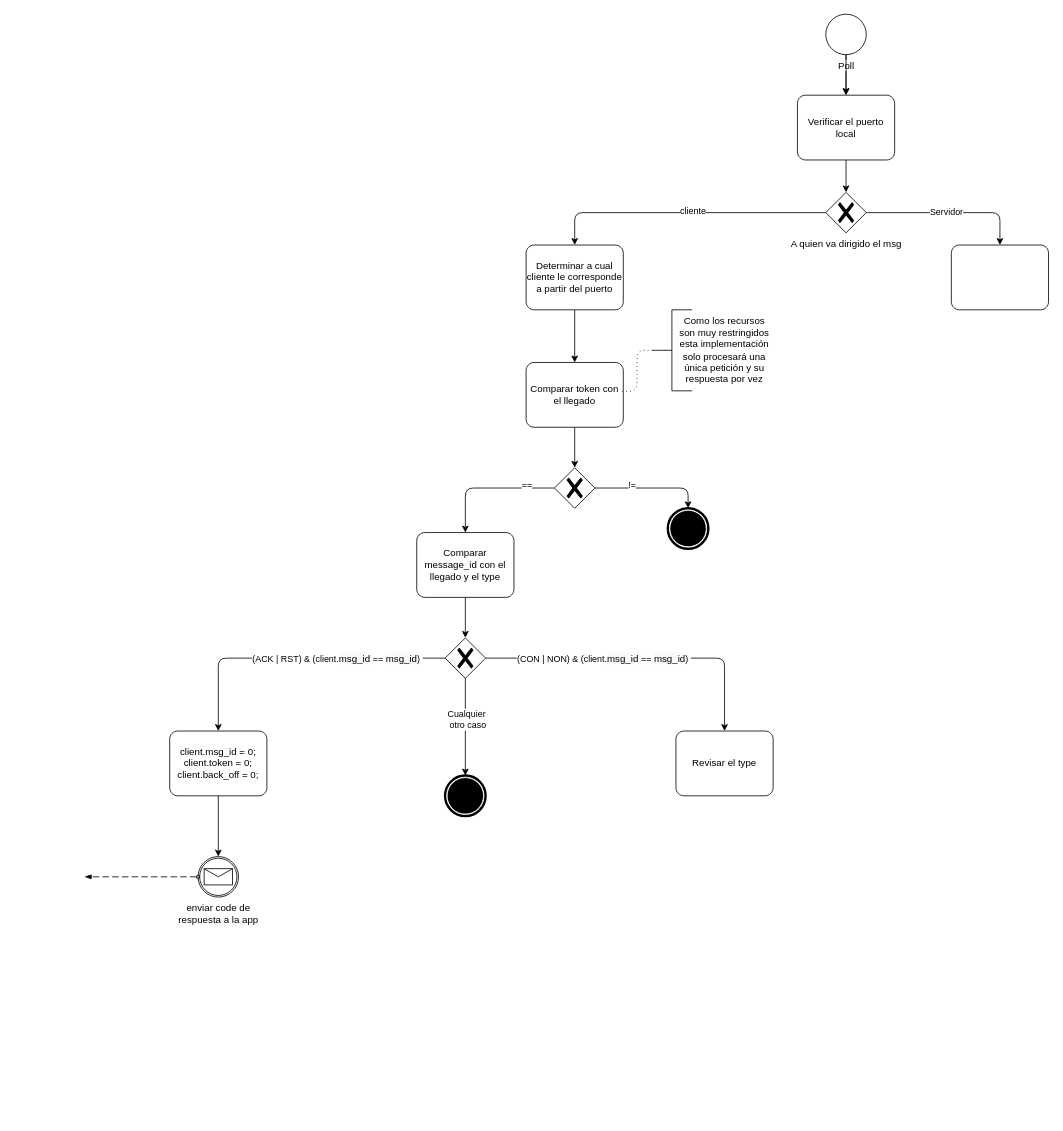
The draw.io diagram apps/coap/docs/bpm_diagrams.drawio in aidoocu/idos, before the edit. Source tidied: cells renumbered, new cells numbered last; positions are measured from the earlier drawing's top-left corner, leaving out a move shared by most shapes. Both pictures are drawn from the tidied source at 81%, with x=0, y=0 at pixel (84, 14).
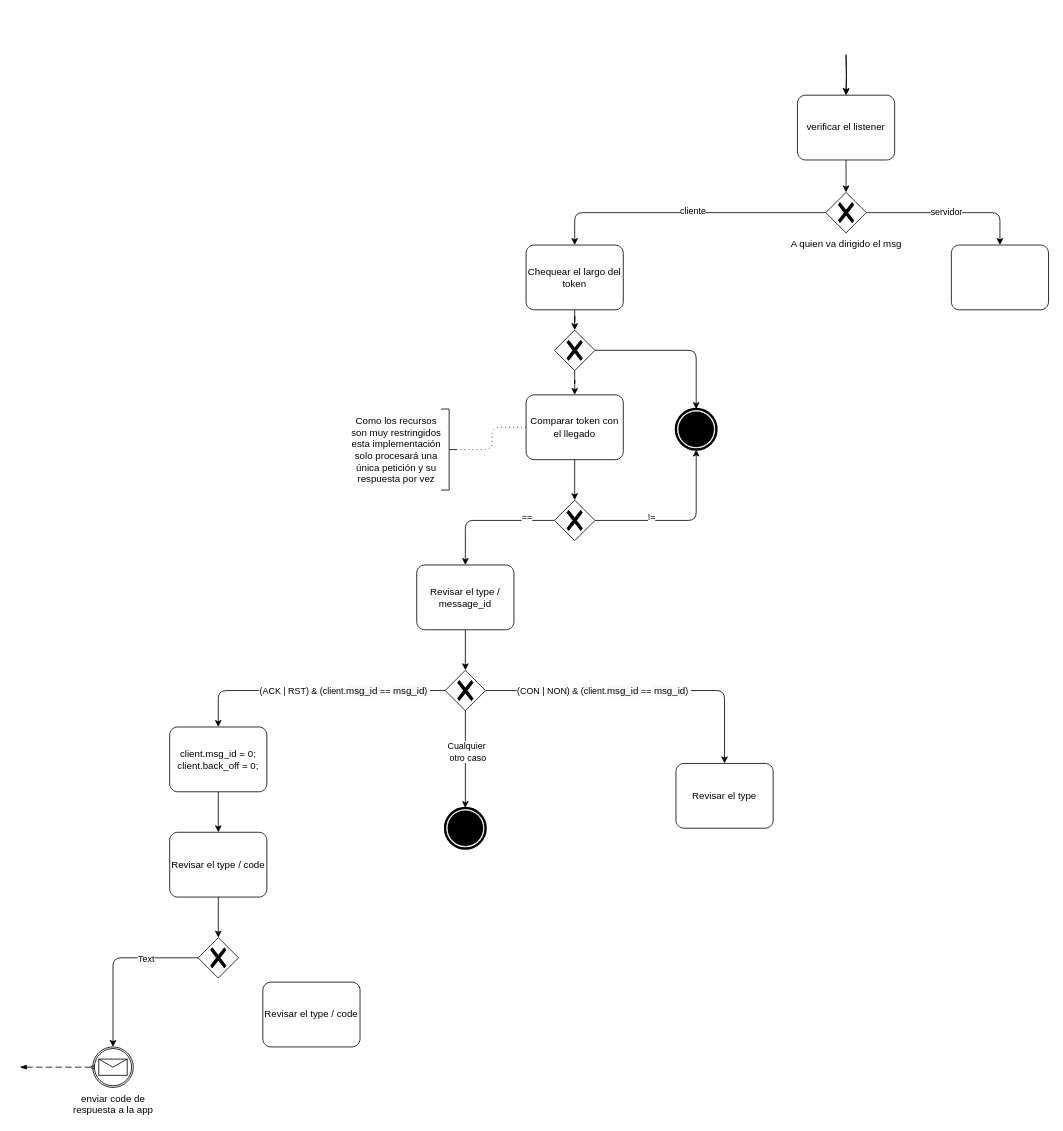
Above is the later version.

The change refers to these unchanged cells:
```xml
<mxCell id="9" style="edgeStyle=orthogonalEdgeStyle;jettySize=auto;html=1;rounded=1;" parent="1" edge="1" source="11" target="14">
  <mxGeometry relative="1" as="geometry" />
</mxCell>
```

Change to the diagram source:
```diff
@@
     <mxCell id="3" value="Comparar token con el llegado" style="points=[[0.25,0,0],[0.5,0,0],[0.75,0,0],[1,0.25,0],[1,0.5,0],[1,0.75,0],[0.75,1,0],[0.5,1,0],[0.25,1,0],[0,0.75,0],[0,0.5,0],[0,0.25,0]];shape=mxgraph.bpmn.task;whiteSpace=wrap;rectStyle=rounded;size=10;taskMarker=abstract;" parent="1" vertex="1">
-      <mxGeometry x="545" y="430" width="120" height="80" as="geometry" />
+      <mxGeometry x="545" y="470" width="120" height="80" as="geometry" />
     </mxCell>
-    <mxCell id="4" style="edgeStyle=orthogonalEdgeStyle;rounded=0;jettySize=auto;html=1;" parent="1" edge="1" source="5" target="7">
-      <mxGeometry relative="1" as="geometry" />
+    <mxCell id="4" style="edgeStyle=orthogonalEdgeStyle;rounded=0;jettySize=auto;html=1;" parent="1" edge="1" target="7">
+      <mxGeometry relative="1" as="geometry">
+        <mxPoint x="940" y="50" as="sourcePoint" />
+      </mxGeometry>
     </mxCell>
-    <mxCell id="5" value="Poll" style="points=[[0.145,0.145,0],[0.5,0,0],[0.855,0.145,0],[1,0.5,0],[0.855,0.855,0],[0.5,1,0],[0.145,0.855,0],[0,0.5,0]];shape=mxgraph.bpmn.event;html=1;verticalLabelPosition=bottom;labelBackgroundColor=#ffffff;verticalAlign=top;align=center;perimeter=ellipsePerimeter;outlineConnect=0;outline=standard;symbol=general;" parent="1" vertex="1">
-      <mxGeometry x="915" width="50" height="50" as="geometry" />
-    </mxCell>
@@
-    <mxCell id="7" value="Verificar el puerto local" style="points=[[0.25,0,0],[0.5,0,0],[0.75,0,0],[1,0.25,0],[1,0.5,0],[1,0.75,0],[0.75,1,0],[0.5,1,0],[0.25,1,0],[0,0.75,0],[0,0.5,0],[0,0.25,0]];shape=mxgraph.bpmn.task;whiteSpace=wrap;rectStyle=rounded;size=10;taskMarker=abstract;" parent="1" vertex="1">
+    <mxCell id="7" value="verificar el listener" style="points=[[0.25,0,0],[0.5,0,0],[0.75,0,0],[1,0.25,0],[1,0.5,0],[1,0.75,0],[0.75,1,0],[0.5,1,0],[0.25,1,0],[0,0.75,0],[0,0.5,0],[0,0.25,0]];shape=mxgraph.bpmn.task;whiteSpace=wrap;rectStyle=rounded;size=10;taskMarker=abstract;" parent="1" vertex="1">
       <mxGeometry x="880" y="100" width="120" height="80" as="geometry" />
     </mxCell>
-    <mxCell id="8" style="edgeStyle=orthogonalEdgeStyle;rounded=0;jettySize=auto;html=1;" parent="1" edge="1" source="5" target="7">
-      <mxGeometry relative="1" as="geometry" />
+    <mxCell id="8" style="edgeStyle=orthogonalEdgeStyle;rounded=0;jettySize=auto;html=1;" parent="1" edge="1" target="7">
+      <mxGeometry relative="1" as="geometry">
+        <mxPoint x="940" y="50" as="sourcePoint" />
+      </mxGeometry>
     </mxCell>
@@
-    <mxCell id="10" value="Servidor" style="edgeLabel;html=1;align=center;verticalAlign=middle;" parent="9" vertex="1">
+    <mxCell id="10" value="servidor" style="edgeLabel;html=1;align=center;verticalAlign=middle;" parent="9" vertex="1">
       <mxGeometry x="-0.04" y="2" relative="1" as="geometry" />
     </mxCell>
@@
     <mxCell id="15" style="edgeStyle=orthogonalEdgeStyle;rounded=1;jettySize=auto;html=1;entryX=0.5;entryY=0;entryDx=0;entryDy=0;entryPerimeter=0;" parent="1" edge="1" source="19" target="40">
       <mxGeometry relative="1" as="geometry">
         <Array as="points">
-          <mxPoint x="165" y="795" />
+          <mxPoint x="165" y="835" />
         </Array>
       </mxGeometry>
     </mxCell>
     <mxCell id="16" value="(ACK | RST) &amp;amp; (client.&lt;span style=&quot;font-size: 12px ; background-color: rgb(248 , 249 , 250)&quot;&gt;msg_id&amp;nbsp;&lt;/span&gt;==&amp;nbsp;&lt;span style=&quot;font-size: 12px ; background-color: rgb(248 , 249 , 250)&quot;&gt;msg_id&lt;/span&gt;)&amp;nbsp;" style="edgeLabel;html=1;align=center;verticalAlign=middle;" parent="15" vertex="1">
       <mxGeometry x="-0.49" relative="1" as="geometry">
-        <mxPoint x="-40" as="offset" />
+        <mxPoint x="-42" as="offset" />
       </mxGeometry>
     </mxCell>
@@
     <mxCell id="19" style="points=[[0.25,0.25,0],[0.5,0,0],[0.75,0.25,0],[1,0.5,0],[0.75,0.75,0],[0.5,1,0],[0.25,0.75,0],[0,0.5,0]];shape=mxgraph.bpmn.gateway2;html=1;verticalLabelPosition=bottom;labelBackgroundColor=#ffffff;verticalAlign=top;align=center;perimeter=rhombusPerimeter;outlineConnect=0;outline=none;symbol=none;gwType=exclusive;" parent="1" vertex="1">
-      <mxGeometry x="445" y="770" width="50" height="50" as="geometry" />
+      <mxGeometry x="445" y="810" width="50" height="50" as="geometry" />
     </mxCell>
     <mxCell id="20" value="Revisar el type" style="points=[[0.25,0,0],[0.5,0,0],[0.75,0,0],[1,0.25,0],[1,0.5,0],[1,0.75,0],[0.75,1,0],[0.5,1,0],[0.25,1,0],[0,0.75,0],[0,0.5,0],[0,0.25,0]];shape=mxgraph.bpmn.task;whiteSpace=wrap;rectStyle=rounded;size=10;taskMarker=abstract;" parent="1" vertex="1">
-      <mxGeometry x="730" y="885" width="120" height="80" as="geometry" />
+      <mxGeometry x="730" y="925" width="120" height="80" as="geometry" />
     </mxCell>
     <mxCell id="21" value="enviar code de &lt;br&gt;respuesta a la app" style="points=[[0.145,0.145,0],[0.5,0,0],[0.855,0.145,0],[1,0.5,0],[0.855,0.855,0],[0.5,1,0],[0.145,0.855,0],[0,0.5,0]];shape=mxgraph.bpmn.event;html=1;verticalLabelPosition=bottom;labelBackgroundColor=#ffffff;verticalAlign=top;align=center;perimeter=ellipsePerimeter;outlineConnect=0;outline=catching;symbol=message;" parent="1" vertex="1">
-      <mxGeometry x="140" y="1040" width="50" height="50" as="geometry" />
+      <mxGeometry x="10" y="1275" width="50" height="50" as="geometry" />
     </mxCell>
-    <mxCell id="22" style="edgeStyle=orthogonalEdgeStyle;rounded=1;jettySize=auto;html=1;entryX=0.5;entryY=0;entryDx=0;entryDy=0;entryPerimeter=0;" parent="1" edge="1" source="23" target="3">
+    <mxCell id="22" style="edgeStyle=orthogonalEdgeStyle;rounded=1;jettySize=auto;html=1;" parent="1" edge="1" source="23" target="43">
       <mxGeometry relative="1" as="geometry" />
     </mxCell>
-    <mxCell id="23" value="Determinar a cual cliente le corresponde a partir del puerto" style="points=[[0.25,0,0],[0.5,0,0],[0.75,0,0],[1,0.25,0],[1,0.5,0],[1,0.75,0],[0.75,1,0],[0.5,1,0],[0.25,1,0],[0,0.75,0],[0,0.5,0],[0,0.25,0]];shape=mxgraph.bpmn.task;whiteSpace=wrap;rectStyle=rounded;size=10;taskMarker=abstract;" parent="1" vertex="1">
+    <mxCell id="23" value="Chequear el largo del token" style="points=[[0.25,0,0],[0.5,0,0],[0.75,0,0],[1,0.25,0],[1,0.5,0],[1,0.75,0],[0.75,1,0],[0.5,1,0],[0.25,1,0],[0,0.75,0],[0,0.5,0],[0,0.25,0]];shape=mxgraph.bpmn.task;whiteSpace=wrap;rectStyle=rounded;size=10;taskMarker=abstract;" parent="1" vertex="1">
       <mxGeometry x="545" y="285" width="120" height="80" as="geometry" />
     </mxCell>
@@
     <mxCell id="26" style="points=[[0.145,0.145,0],[0.5,0,0],[0.855,0.145,0],[1,0.5,0],[0.855,0.855,0],[0.5,1,0],[0.145,0.855,0],[0,0.5,0]];shape=mxgraph.bpmn.event;html=1;verticalLabelPosition=bottom;labelBackgroundColor=#ffffff;verticalAlign=top;align=center;perimeter=ellipsePerimeter;outlineConnect=0;outline=end;symbol=terminate;" parent="1" vertex="1">
-      <mxGeometry x="445" y="940" width="50" height="50" as="geometry" />
+      <mxGeometry x="445" y="980" width="50" height="50" as="geometry" />
     </mxCell>
-    <mxCell id="27" style="html=1;shape=mxgraph.flowchart.annotation_2;align=left;labelPosition=right;" parent="1" vertex="1">
-      <mxGeometry x="700" y="365" width="50" height="100" as="geometry" />
+    <mxCell id="27" style="html=1;shape=mxgraph.flowchart.annotation_2;align=left;labelPosition=right;rotation=-180;" parent="1" vertex="1">
+      <mxGeometry x="440" y="487.5" width="20" height="100" as="geometry" />
     </mxCell>
     <mxCell id="28" value="Como los recursos son muy restringidos esta implementación solo procesará una única petición y su respuesta por vez" style="text;html=1;strokeColor=none;fillColor=none;align=center;verticalAlign=middle;whiteSpace=wrap;rounded=0;" parent="1" vertex="1">
-      <mxGeometry x="730" y="357.5" width="120" height="115" as="geometry" />
+      <mxGeometry x="325" y="480" width="120" height="115" as="geometry" />
     </mxCell>
     <mxCell id="29" style="dashed=1;dashPattern=8 4;endArrow=blockThin;endFill=1;startArrow=oval;startFill=0;endSize=6;startSize=4;rounded=1;exitX=0;exitY=0.5;exitDx=0;exitDy=0;exitPerimeter=0;" parent="1" edge="1" source="21">
       <mxGeometry relative="1" as="geometry">
-        <mxPoint y="1065" as="targetPoint" />
+        <mxPoint x="-80" y="1300" as="targetPoint" />
       </mxGeometry>
     </mxCell>
-    <mxCell id="30" style="edgeStyle=elbowEdgeStyle;fontSize=12;html=1;endFill=0;startFill=0;endSize=6;startSize=6;dashed=1;dashPattern=1 4;endArrow=none;startArrow=none;rounded=1;exitX=0.986;exitY=0.445;exitDx=0;exitDy=0;exitPerimeter=0;" parent="1" edge="1" source="3" target="27">
+    <mxCell id="30" style="edgeStyle=elbowEdgeStyle;fontSize=12;html=1;endFill=0;startFill=0;endSize=6;startSize=6;dashed=1;dashPattern=1 4;endArrow=none;startArrow=none;rounded=1;exitX=0;exitY=0.5;exitDx=0;exitDy=0;exitPerimeter=0;" parent="1" edge="1" source="3" target="27">
       <mxGeometry relative="1" as="geometry" />
     </mxCell>
-    <mxCell id="31" style="edgeStyle=orthogonalEdgeStyle;rounded=1;jettySize=auto;html=1;entryX=0.5;entryY=0;entryDx=0;entryDy=0;entryPerimeter=0;" parent="1" edge="1" source="35" target="36">
+    <mxCell id="31" style="edgeStyle=orthogonalEdgeStyle;rounded=1;jettySize=auto;html=1;" parent="1" edge="1" source="35" target="36">
       <mxGeometry relative="1" as="geometry" />
     </mxCell>
@@
     <mxCell id="35" style="points=[[0.25,0.25,0],[0.5,0,0],[0.75,0.25,0],[1,0.5,0],[0.75,0.75,0],[0.5,1,0],[0.25,0.75,0],[0,0.5,0]];shape=mxgraph.bpmn.gateway2;html=1;verticalLabelPosition=bottom;labelBackgroundColor=#ffffff;verticalAlign=top;align=center;perimeter=rhombusPerimeter;outlineConnect=0;outline=none;symbol=none;gwType=exclusive;" parent="1" vertex="1">
-      <mxGeometry x="580" y="560" width="50" height="50" as="geometry" />
+      <mxGeometry x="580" y="600" width="50" height="50" as="geometry" />
     </mxCell>
     <mxCell id="36" style="points=[[0.145,0.145,0],[0.5,0,0],[0.855,0.145,0],[1,0.5,0],[0.855,0.855,0],[0.5,1,0],[0.145,0.855,0],[0,0.5,0]];shape=mxgraph.bpmn.event;html=1;verticalLabelPosition=bottom;labelBackgroundColor=#ffffff;verticalAlign=top;align=center;perimeter=ellipsePerimeter;outlineConnect=0;outline=end;symbol=terminate;" parent="1" vertex="1">
-      <mxGeometry x="720" y="610" width="50" height="50" as="geometry" />
+      <mxGeometry x="730" y="487.5" width="50" height="50" as="geometry" />
     </mxCell>
@@
-    <mxCell id="38" value="Comparar message_id con el llegado y el type" style="points=[[0.25,0,0],[0.5,0,0],[0.75,0,0],[1,0.25,0],[1,0.5,0],[1,0.75,0],[0.75,1,0],[0.5,1,0],[0.25,1,0],[0,0.75,0],[0,0.5,0],[0,0.25,0]];shape=mxgraph.bpmn.task;whiteSpace=wrap;rectStyle=rounded;size=10;taskMarker=abstract;" parent="1" vertex="1">
-      <mxGeometry x="410" y="640" width="120" height="80" as="geometry" />
+    <mxCell id="38" value="Revisar el type / message_id" style="points=[[0.25,0,0],[0.5,0,0],[0.75,0,0],[1,0.25,0],[1,0.5,0],[1,0.75,0],[0.75,1,0],[0.5,1,0],[0.25,1,0],[0,0.75,0],[0,0.5,0],[0,0.25,0]];shape=mxgraph.bpmn.task;whiteSpace=wrap;rectStyle=rounded;size=10;taskMarker=abstract;" parent="1" vertex="1">
+      <mxGeometry x="410" y="680" width="120" height="80" as="geometry" />
     </mxCell>
-    <mxCell id="39" style="edgeStyle=orthogonalEdgeStyle;rounded=1;jettySize=auto;html=1;entryX=0.5;entryY=0;entryDx=0;entryDy=0;entryPerimeter=0;" parent="1" edge="1" source="40" target="21">
+    <mxCell id="39" style="edgeStyle=orthogonalEdgeStyle;rounded=1;jettySize=auto;html=1;entryX=0.5;entryY=0;entryDx=0;entryDy=0;entryPerimeter=0;" parent="1" edge="1" source="40" target="48">
       <mxGeometry relative="1" as="geometry" />
     </mxCell>
-    <mxCell id="40" value="client.msg_id = 0;&#10;client.token = 0;&#10;client.back_off = 0;" style="points=[[0.25,0,0],[0.5,0,0],[0.75,0,0],[1,0.25,0],[1,0.5,0],[1,0.75,0],[0.75,1,0],[0.5,1,0],[0.25,1,0],[0,0.75,0],[0,0.5,0],[0,0.25,0]];shape=mxgraph.bpmn.task;whiteSpace=wrap;rectStyle=rounded;size=10;taskMarker=abstract;" parent="1" vertex="1">
-      <mxGeometry x="105" y="885" width="120" height="80" as="geometry" />
+    <mxCell id="40" value="client.msg_id = 0;&#10;client.back_off = 0;" style="points=[[0.25,0,0],[0.5,0,0],[0.75,0,0],[1,0.25,0],[1,0.5,0],[1,0.75,0],[0.75,1,0],[0.5,1,0],[0.25,1,0],[0,0.75,0],[0,0.5,0],[0,0.25,0]];shape=mxgraph.bpmn.task;whiteSpace=wrap;rectStyle=rounded;size=10;taskMarker=abstract;" parent="1" vertex="1">
+      <mxGeometry x="105" y="880" width="120" height="80" as="geometry" />
     </mxCell>
+    <mxCell id="41" style="edgeStyle=orthogonalEdgeStyle;rounded=1;jettySize=auto;html=1;entryX=0.5;entryY=0;entryDx=0;entryDy=0;entryPerimeter=0;" parent="1" edge="1" source="43" target="3">
+      <mxGeometry relative="1" as="geometry" />
+    </mxCell>
+    <mxCell id="42" style="edgeStyle=orthogonalEdgeStyle;rounded=1;jettySize=auto;html=1;entryX=0.5;entryY=0;entryDx=0;entryDy=0;entryPerimeter=0;" parent="1" edge="1" source="43" target="36">
+      <mxGeometry relative="1" as="geometry" />
+    </mxCell>
+    <mxCell id="43" style="points=[[0.25,0.25,0],[0.5,0,0],[0.75,0.25,0],[1,0.5,0],[0.75,0.75,0],[0.5,1,0],[0.25,0.75,0],[0,0.5,0]];shape=mxgraph.bpmn.gateway2;html=1;verticalLabelPosition=bottom;labelBackgroundColor=#ffffff;verticalAlign=top;align=center;perimeter=rhombusPerimeter;outlineConnect=0;outline=none;symbol=none;gwType=exclusive;" parent="1" vertex="1">
+      <mxGeometry x="580" y="390" width="50" height="50" as="geometry" />
+    </mxCell>
+    <mxCell id="44" style="edgeStyle=orthogonalEdgeStyle;rounded=1;jettySize=auto;html=1;entryX=0.5;entryY=0;entryDx=0;entryDy=0;entryPerimeter=0;" parent="1" edge="1" source="46" target="21">
+      <mxGeometry relative="1" as="geometry" />
+    </mxCell>
+    <mxCell id="45" value="Text" style="edgeLabel;html=1;align=center;verticalAlign=middle;" parent="44" vertex="1">
+      <mxGeometry x="-0.4" y="1" relative="1" as="geometry" />
+    </mxCell>
+    <mxCell id="46" style="points=[[0.25,0.25,0],[0.5,0,0],[0.75,0.25,0],[1,0.5,0],[0.75,0.75,0],[0.5,1,0],[0.25,0.75,0],[0,0.5,0]];shape=mxgraph.bpmn.gateway2;html=1;verticalLabelPosition=bottom;labelBackgroundColor=#ffffff;verticalAlign=top;align=center;perimeter=rhombusPerimeter;outlineConnect=0;outline=none;symbol=none;gwType=exclusive;" parent="1" vertex="1">
+      <mxGeometry x="140" y="1140" width="50" height="50" as="geometry" />
+    </mxCell>
+    <mxCell id="47" style="edgeStyle=orthogonalEdgeStyle;rounded=1;jettySize=auto;html=1;entryX=0.5;entryY=0;entryDx=0;entryDy=0;entryPerimeter=0;" parent="1" edge="1" source="48" target="46">
+      <mxGeometry relative="1" as="geometry" />
+    </mxCell>
+    <mxCell id="48" value="Revisar el type / code" style="points=[[0.25,0,0],[0.5,0,0],[0.75,0,0],[1,0.25,0],[1,0.5,0],[1,0.75,0],[0.75,1,0],[0.5,1,0],[0.25,1,0],[0,0.75,0],[0,0.5,0],[0,0.25,0]];shape=mxgraph.bpmn.task;whiteSpace=wrap;rectStyle=rounded;size=10;taskMarker=abstract;" parent="1" vertex="1">
+      <mxGeometry x="105" y="1010" width="120" height="80" as="geometry" />
+    </mxCell>
+    <mxCell id="49" value="Revisar el type / code" style="shape=mxgraph.bpmn.task;whiteSpace=wrap;rectStyle=rounded;size=10;taskMarker=abstract;" parent="1" vertex="1">
+      <mxGeometry x="220" y="1195" width="120" height="80" as="geometry" />
+    </mxCell>
```
